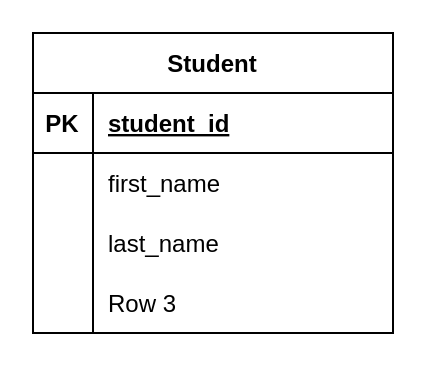
kevoecodes/transcript-project keeps this draw.io diagram as transcript-diagram.drawio. Above is the earlier version. Source tidied: cells renumbered, new cells numbered last; positions are measured from the earlier drawing's top-left corner, leaving out a move shared by most shapes. Both pictures are drawn from the tidied source at 200%, with x=0, y=0 at pixel (32, 32).
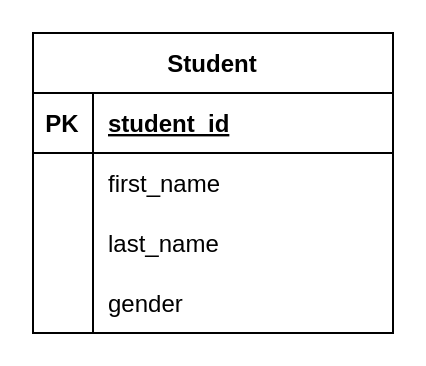
After the change.

The edit, as a diff of the source:
```diff
@@
 <mxGraphModel>
   <root>
     <mxCell id="0" />
     <mxCell id="1" parent="0" />
     <mxCell id="2" value="Student" style="shape=table;startSize=30;childLayout=tableLayout;rowLines=0;fontStyle=1;align=center;" parent="1" vertex="1">
       <mxGeometry width="180" height="150" as="geometry" />
     </mxCell>
     <mxCell id="3" style="shape=tableRow;horizontal=0;startSize=0;swimlaneHead=0;swimlaneBody=0;fillColor=none;top=0;left=0;right=0;bottom=1;" parent="2" vertex="1">
       <mxGeometry y="30" width="180" height="30" as="geometry" />
     </mxCell>
     <mxCell id="4" value="PK" style="shape=partialRectangle;fillColor=none;top=0;left=0;bottom=0;right=0;fontStyle=1;overflow=hidden;" parent="3" vertex="1">
       <mxGeometry width="30" height="30" as="geometry" />
     </mxCell>
     <mxCell id="5" value="student_id" style="shape=partialRectangle;fillColor=none;top=0;left=0;bottom=0;right=0;align=left;spacingLeft=6;fontStyle=5;overflow=hidden;" parent="3" vertex="1">
       <mxGeometry x="30" width="150" height="30" as="geometry" />
     </mxCell>
     <mxCell id="6" style="shape=tableRow;horizontal=0;startSize=0;swimlaneHead=0;swimlaneBody=0;fillColor=none;top=0;left=0;right=0;bottom=0;" parent="2" vertex="1">
       <mxGeometry y="60" width="180" height="30" as="geometry" />
     </mxCell>
     <mxCell id="7" style="shape=partialRectangle;fillColor=none;top=0;left=0;bottom=0;right=0;overflow=hidden;" parent="6" vertex="1">
       <mxGeometry width="30" height="30" as="geometry" />
     </mxCell>
     <mxCell id="8" value="first_name" style="shape=partialRectangle;fillColor=none;top=0;left=0;bottom=0;right=0;align=left;spacingLeft=6;overflow=hidden;" parent="6" vertex="1">
       <mxGeometry x="30" width="150" height="30" as="geometry" />
     </mxCell>
     <mxCell id="9" style="shape=tableRow;horizontal=0;startSize=0;swimlaneHead=0;swimlaneBody=0;fillColor=none;top=0;left=0;right=0;bottom=0;" parent="2" vertex="1">
       <mxGeometry y="90" width="180" height="30" as="geometry" />
     </mxCell>
     <mxCell id="10" style="shape=partialRectangle;fillColor=none;top=0;left=0;bottom=0;right=0;overflow=hidden;" parent="9" vertex="1">
       <mxGeometry width="30" height="30" as="geometry" />
     </mxCell>
     <mxCell id="11" value="last_name" style="shape=partialRectangle;fillColor=none;top=0;left=0;bottom=0;right=0;align=left;spacingLeft=6;overflow=hidden;" parent="9" vertex="1">
       <mxGeometry x="30" width="150" height="30" as="geometry" />
     </mxCell>
     <mxCell id="12" style="shape=tableRow;horizontal=0;startSize=0;swimlaneHead=0;swimlaneBody=0;fillColor=none;top=0;left=0;right=0;bottom=0;" parent="2" vertex="1">
       <mxGeometry y="120" width="180" height="30" as="geometry" />
     </mxCell>
     <mxCell id="13" style="shape=partialRectangle;fillColor=none;top=0;left=0;bottom=0;right=0;overflow=hidden;" parent="12" vertex="1">
       <mxGeometry width="30" height="30" as="geometry" />
     </mxCell>
-    <mxCell id="14" value="Row 3" style="shape=partialRectangle;fillColor=none;top=0;left=0;bottom=0;right=0;align=left;spacingLeft=6;overflow=hidden;" parent="12" vertex="1">
+    <mxCell id="14" value="gender" style="shape=partialRectangle;fillColor=none;top=0;left=0;bottom=0;right=0;align=left;spacingLeft=6;overflow=hidden;" parent="12" vertex="1">
       <mxGeometry x="30" width="150" height="30" as="geometry" />
     </mxCell>
   </root>
 </mxGraphModel>
```
